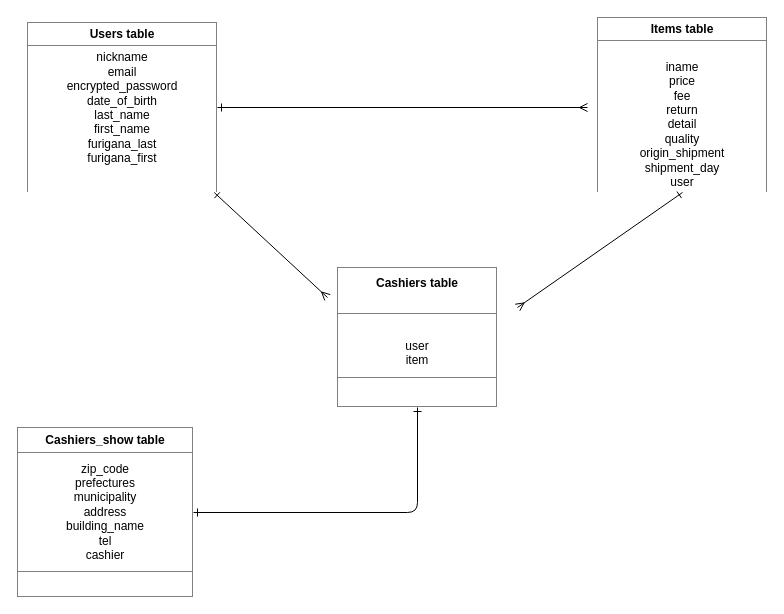
Earlier version of the draw.io diagram furima.dio (haruna666/furima-31738). Source tidied: cells renumbered, new cells numbered last; positions are measured from the earlier drawing's top-left corner, leaving out a move shared by most shapes. Both pictures are drawn from the tidied source at 100%, with x=0, y=0 at pixel (17, 17).
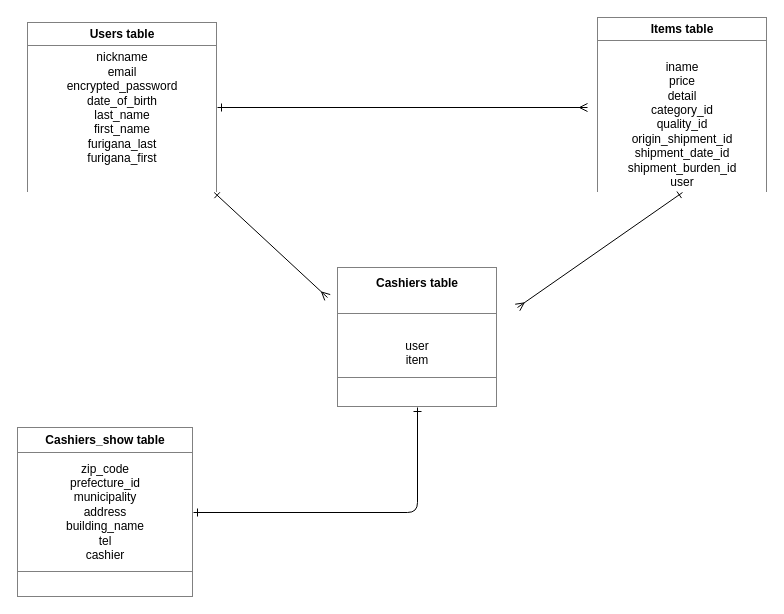
Above is the later version.

Commit message (it also covers changes not shown here):
README,ER図へのカテゴリカラムの追記

Diff of the diagram source:
```diff
@@
 <mxGraphModel>
   <root>
     <mxCell id="0" />
     <mxCell id="1" parent="0" />
     <mxCell id="2" style="edgeStyle=none;rounded=1;jettySize=auto;html=1;endArrow=ERmany;endFill=0;startArrow=ERone;startFill=0;" parent="1" edge="1" source="4">
       <mxGeometry relative="1" as="geometry">
         <mxPoint x="570" y="90" as="targetPoint" />
       </mxGeometry>
     </mxCell>
     <mxCell id="3" style="edgeStyle=none;rounded=1;jettySize=auto;html=1;startArrow=ERone;startFill=0;endArrow=ERmany;endFill=0;" parent="1" edge="1" source="4">
       <mxGeometry relative="1" as="geometry">
         <mxPoint x="310" y="280" as="targetPoint" />
       </mxGeometry>
     </mxCell>
     <mxCell id="4" value="&lt;table border=&quot;1&quot; width=&quot;100%&quot; cellpadding=&quot;4&quot; style=&quot;width: 100% ; height: 100% ; border-collapse: collapse&quot;&gt;&lt;tbody&gt;&lt;tr&gt;&lt;th align=&quot;center&quot;&gt;Users table&lt;/th&gt;&lt;/tr&gt;&lt;tr&gt;&lt;td align=&quot;center&quot;&gt;nickname&lt;br&gt;email&lt;br&gt;encrypted_password&lt;br&gt;date_of_birth&lt;br&gt;last_name&lt;br&gt;first_name&lt;br&gt;furigana_last&lt;br&gt;furigana_first&lt;br&gt;&lt;br&gt;&lt;br&gt;&lt;/td&gt;&lt;/tr&gt;&lt;tr&gt;&lt;td&gt;&lt;div style=&quot;text-align: center&quot;&gt;&lt;br&gt;&lt;/div&gt;&lt;/td&gt;&lt;/tr&gt;&lt;/tbody&gt;&lt;/table&gt;" style="text;html=1;strokeColor=none;fillColor=none;overflow=fill;" parent="1" vertex="1">
       <mxGeometry x="10" y="5" width="190" height="170" as="geometry" />
     </mxCell>
     <mxCell id="5" style="edgeStyle=none;rounded=1;jettySize=auto;html=1;exitX=0.5;exitY=1;exitDx=0;exitDy=0;startArrow=ERone;startFill=0;endArrow=ERmany;endFill=0;" parent="1" edge="1" source="6">
       <mxGeometry relative="1" as="geometry">
         <mxPoint x="500" y="290" as="targetPoint" />
       </mxGeometry>
     </mxCell>
-    <mxCell id="6" value="&lt;table border=&quot;1&quot; width=&quot;100%&quot; cellpadding=&quot;4&quot; style=&quot;width: 100% ; height: 100% ; border-collapse: collapse&quot;&gt;&lt;tbody&gt;&lt;tr&gt;&lt;th align=&quot;center&quot;&gt;Items table&lt;/th&gt;&lt;/tr&gt;&lt;tr&gt;&lt;td align=&quot;center&quot;&gt;&lt;br&gt;iname&lt;br&gt;price&lt;br&gt;fee&lt;br&gt;return&lt;br&gt;detail&lt;br&gt;quality&lt;br&gt;origin_shipment&lt;br&gt;shipment_day&lt;br&gt;user&lt;br&gt;&lt;br&gt;&lt;/td&gt;&lt;/tr&gt;&lt;tr&gt;&lt;td align=&quot;center&quot;&gt;&lt;br&gt;&lt;/td&gt;&lt;/tr&gt;&lt;/tbody&gt;&lt;/table&gt;" style="text;html=1;strokeColor=none;fillColor=none;overflow=fill;" parent="1" vertex="1">
+    <mxCell id="6" value="&lt;table border=&quot;1&quot; width=&quot;100%&quot; cellpadding=&quot;4&quot; style=&quot;width: 100% ; height: 100% ; border-collapse: collapse&quot;&gt;&lt;tbody&gt;&lt;tr&gt;&lt;th align=&quot;center&quot;&gt;Items table&lt;/th&gt;&lt;/tr&gt;&lt;tr&gt;&lt;td align=&quot;center&quot;&gt;&lt;br&gt;iname&lt;br&gt;price&lt;br&gt;detail&lt;br&gt;category_id&lt;br&gt;quality_id&lt;br&gt;origin_shipment_id&lt;br&gt;shipment_date_id&lt;br&gt;shipment_burden_id&lt;br&gt;user&lt;br&gt;&lt;br&gt;&lt;/td&gt;&lt;/tr&gt;&lt;tr&gt;&lt;td align=&quot;center&quot;&gt;&lt;br&gt;&lt;/td&gt;&lt;/tr&gt;&lt;/tbody&gt;&lt;/table&gt;" style="text;html=1;strokeColor=none;fillColor=none;overflow=fill;" parent="1" vertex="1">
       <mxGeometry x="580" width="170" height="175" as="geometry" />
     </mxCell>
     <mxCell id="7" style="edgeStyle=orthogonalEdgeStyle;rounded=1;jettySize=auto;html=1;exitX=1;exitY=0.5;exitDx=0;exitDy=0;entryX=0.5;entryY=1;entryDx=0;entryDy=0;startArrow=ERone;startFill=0;endArrow=ERone;endFill=0;" parent="1" edge="1" source="8" target="9">
       <mxGeometry relative="1" as="geometry" />
     </mxCell>
-    <mxCell id="8" value="&lt;table border=&quot;1&quot; width=&quot;100%&quot; cellpadding=&quot;4&quot; style=&quot;width: 100% ; height: 100% ; border-collapse: collapse&quot;&gt;&lt;tbody&gt;&lt;tr&gt;&lt;th align=&quot;center&quot;&gt;Cashiers_show table&lt;/th&gt;&lt;/tr&gt;&lt;tr&gt;&lt;td align=&quot;center&quot;&gt;zip_code&lt;br&gt;prefectures&lt;br&gt;municipality&lt;br&gt;address&lt;br&gt;building_name&lt;br&gt;tel&lt;br&gt;cashier&lt;/td&gt;&lt;/tr&gt;&lt;tr&gt;&lt;td align=&quot;center&quot;&gt;&lt;br&gt;&lt;/td&gt;&lt;/tr&gt;&lt;/tbody&gt;&lt;/table&gt;" style="text;html=1;strokeColor=none;fillColor=none;overflow=fill;" parent="1" vertex="1">
+    <mxCell id="8" value="&lt;table border=&quot;1&quot; width=&quot;100%&quot; cellpadding=&quot;4&quot; style=&quot;width: 100% ; height: 100% ; border-collapse: collapse&quot;&gt;&lt;tbody&gt;&lt;tr&gt;&lt;th align=&quot;center&quot;&gt;Cashiers_show table&lt;/th&gt;&lt;/tr&gt;&lt;tr&gt;&lt;td align=&quot;center&quot;&gt;zip_code&lt;br&gt;prefecture_id&lt;br&gt;municipality&lt;br&gt;address&lt;br&gt;building_name&lt;br&gt;tel&lt;br&gt;cashier&lt;/td&gt;&lt;/tr&gt;&lt;tr&gt;&lt;td align=&quot;center&quot;&gt;&lt;br&gt;&lt;/td&gt;&lt;/tr&gt;&lt;/tbody&gt;&lt;/table&gt;" style="text;html=1;strokeColor=none;fillColor=none;overflow=fill;" parent="1" vertex="1">
       <mxGeometry y="410" width="176" height="170" as="geometry" />
     </mxCell>
     <mxCell id="9" value="&lt;table border=&quot;1&quot; width=&quot;100%&quot; cellpadding=&quot;4&quot; style=&quot;width: 100% ; height: 100% ; border-collapse: collapse&quot;&gt;&lt;tbody&gt;&lt;tr&gt;&lt;th align=&quot;center&quot;&gt;Cashiers table&lt;br&gt;&lt;br&gt;&lt;/th&gt;&lt;/tr&gt;&lt;tr&gt;&lt;td align=&quot;center&quot;&gt;&lt;br&gt;user&lt;br&gt;item&lt;/td&gt;&lt;/tr&gt;&lt;tr&gt;&lt;td align=&quot;center&quot;&gt;&lt;br&gt;&lt;/td&gt;&lt;/tr&gt;&lt;/tbody&gt;&lt;/table&gt;" style="text;html=1;strokeColor=none;fillColor=none;overflow=fill;" parent="1" vertex="1">
       <mxGeometry x="320" y="250" width="160" height="140" as="geometry" />
     </mxCell>
   </root>
 </mxGraphModel>
```
